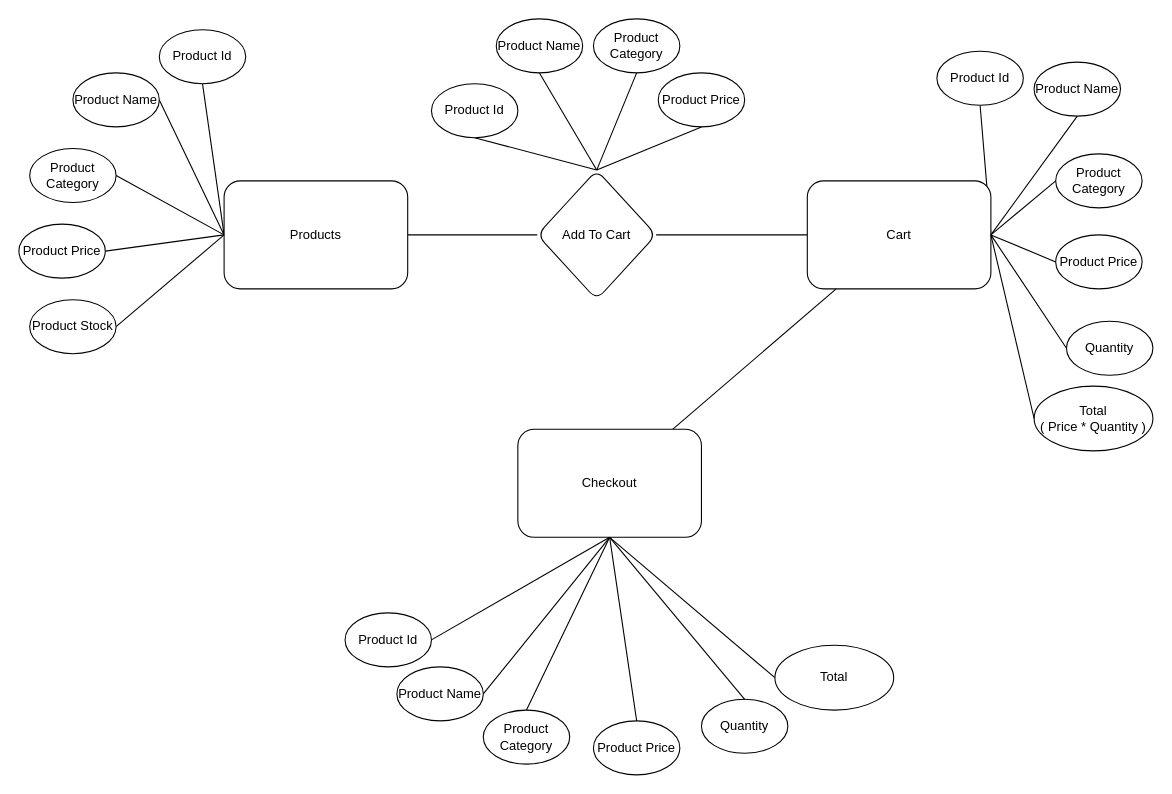
The draw.io diagram MiniProject.drawio in RamadhanRzq/MiniProject-B, before the edit. Source tidied: cells renumbered, new cells numbered last; positions are measured from the earlier drawing's top-left corner, leaving out a move shared by most shapes. Both pictures are drawn from the tidied source at 108%, with x=0, y=0 at pixel (18, 18).
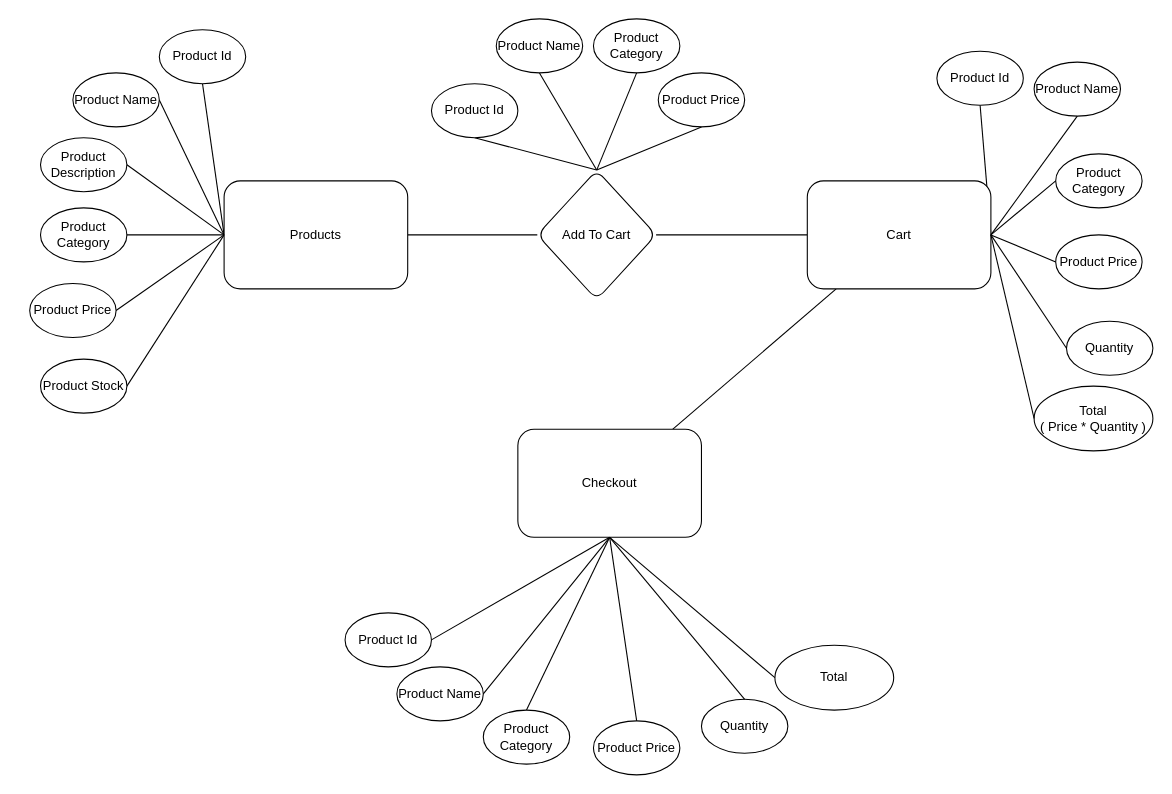
The same page after the edit.

Unchanged cells that the change refers to:
```xml
<mxCell id="6" value="Products" style="rounded=1;whiteSpace=wrap;html=1;" parent="1" vertex="1">
  <mxGeometry x="190" y="150" width="170" height="100" as="geometry" />
</mxCell>
```

What changed in the source:
```diff
@@
     <mxCell id="9" value="Product Category" style="ellipse;whiteSpace=wrap;html=1;" parent="1" vertex="1">
-      <mxGeometry x="10" y="120" width="80" height="50" as="geometry" />
+      <mxGeometry x="20" y="175" width="80" height="50" as="geometry" />
     </mxCell>
     <mxCell id="10" value="Product Price" style="ellipse;whiteSpace=wrap;html=1;" parent="1" vertex="1">
-      <mxGeometry y="190" width="80" height="50" as="geometry" />
+      <mxGeometry x="10" y="245" width="80" height="50" as="geometry" />
     </mxCell>
@@
     <mxCell id="19" value="Product Stock" style="ellipse;whiteSpace=wrap;html=1;" parent="1" vertex="1">
-      <mxGeometry x="10" y="260" width="80" height="50" as="geometry" />
+      <mxGeometry x="20" y="315" width="80" height="50" as="geometry" />
     </mxCell>
@@
+    <mxCell id="51" value="Product Description" style="ellipse;whiteSpace=wrap;html=1;" parent="1" vertex="1">
+      <mxGeometry x="20" y="110" width="80" height="50" as="geometry" />
+    </mxCell>
+    <mxCell id="52" style="rounded=0;jettySize=auto;html=1;exitX=0;exitY=0.5;exitDx=0;exitDy=0;entryX=1;entryY=0.5;entryDx=0;entryDy=0;endArrow=none;endFill=0;" parent="1" edge="1" source="6" target="51">
+      <mxGeometry relative="1" as="geometry" />
+    </mxCell>
```
